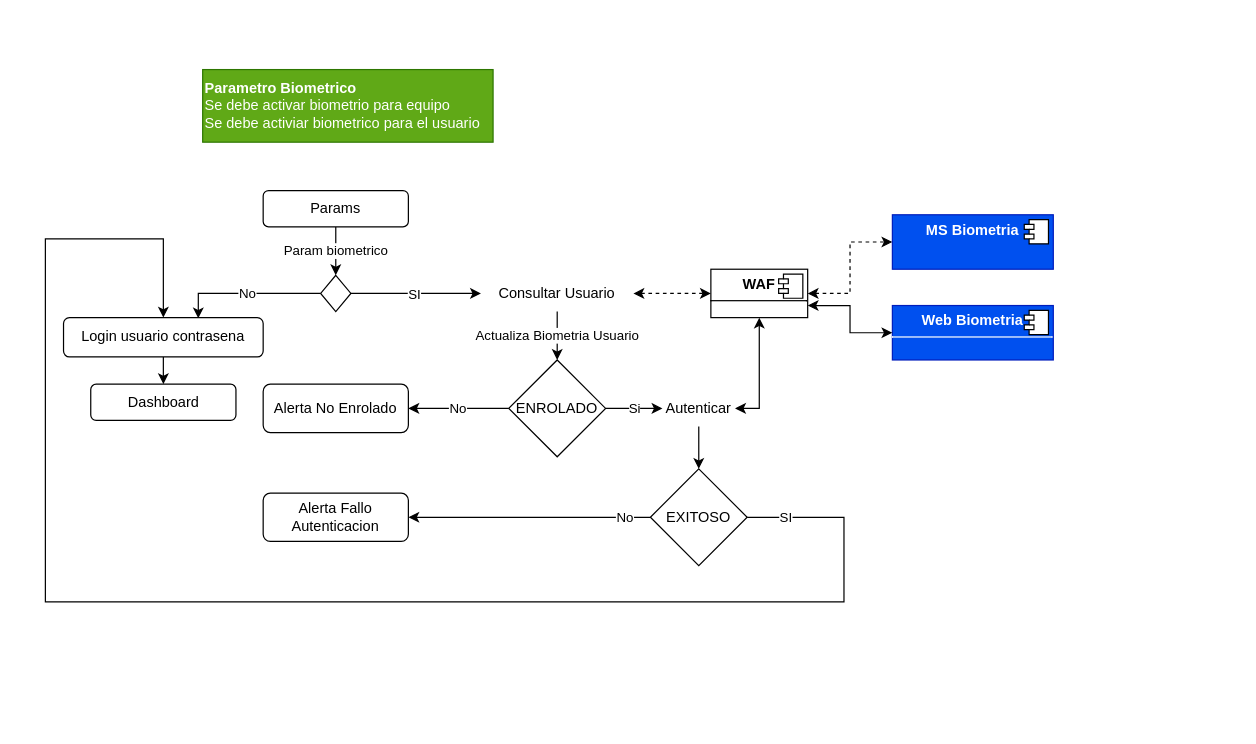
Earlier version of the draw.io diagram page "Login" (2 of 3) of Biometria.drawio (faberordonez1/diagramas). Source tidied: cells renumbered, new cells numbered last; positions are measured from the earlier drawing's top-left corner, leaving out a move shared by most shapes. Both pictures are drawn from the tidied source at 121%, with x=0, y=0 at pixel (45, 69).
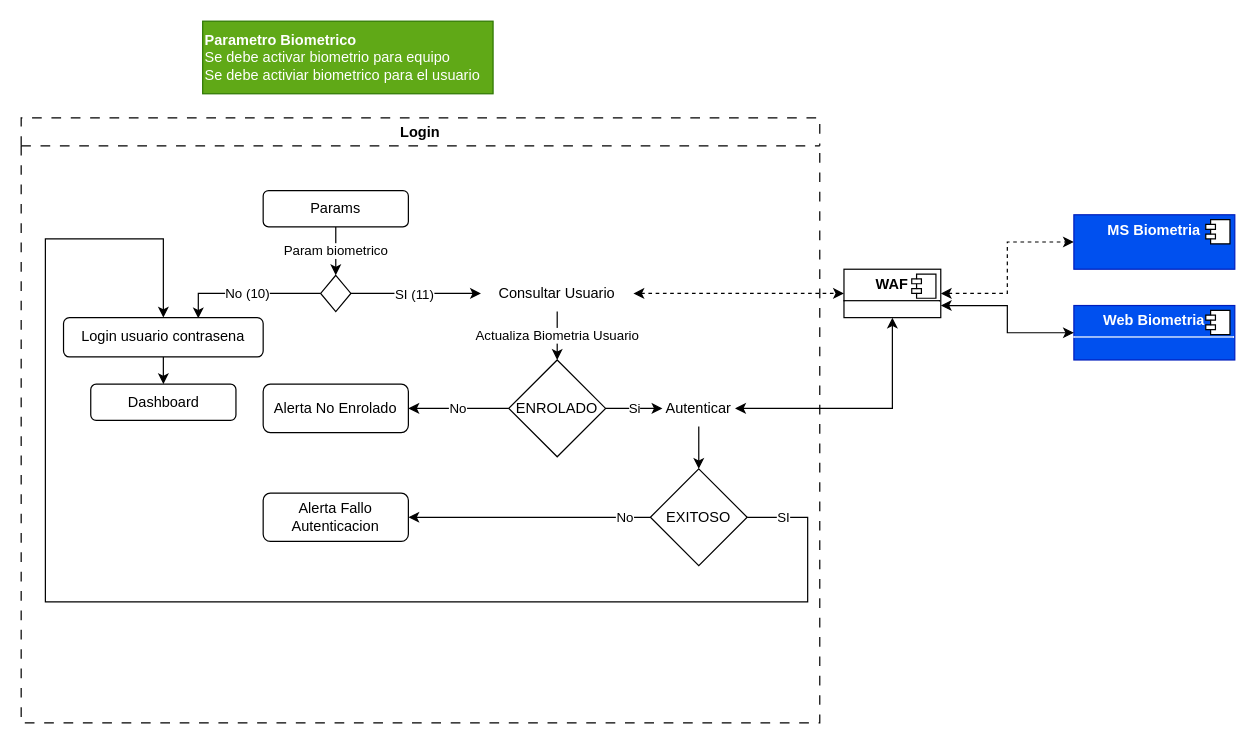
After the change.

The change refers to these unchanged cells:
```xml
<mxCell id="5" style="edgeStyle=orthogonalEdgeStyle;rounded=0;jettySize=auto;html=1;entryX=0;entryY=0.5;entryDx=0;entryDy=0;" parent="1" edge="1" source="7" target="17">
  <mxGeometry relative="1" as="geometry" />
</mxCell>
<mxCell id="7" style="rhombus;whiteSpace=wrap;html=1;" parent="1" vertex="1">
  <mxGeometry x="227.5" y="170" width="25" height="30" as="geometry" />
</mxCell>
<mxCell id="9" value="Login usuario contrasena" style="whiteSpace=wrap;html=1;rounded=1;" parent="1" vertex="1">
  <mxGeometry x="15" y="205" width="165" height="32.5" as="geometry" />
</mxCell>
<mxCell id="30" value="EXITOSO" style="rhombus;whiteSpace=wrap;html=1;" parent="1" vertex="1">
  <mxGeometry x="500" y="330" width="80" height="80" as="geometry" />
</mxCell>
```

The edit, as a diff of the source:
```diff
@@
-    <mxCell id="4" value="No" style="edgeStyle=orthogonalEdgeStyle;rounded=0;jettySize=auto;html=1;entryX=0.675;entryY=0.019;entryDx=0;entryDy=0;entryPerimeter=0;" parent="1" edge="1" source="7" target="9">
+    <mxCell id="4" value="No (10)" style="edgeStyle=orthogonalEdgeStyle;rounded=0;jettySize=auto;html=1;entryX=0.675;entryY=0.019;entryDx=0;entryDy=0;entryPerimeter=0;" parent="1" edge="1" source="7" target="9">
       <mxGeometry relative="1" as="geometry" />
     </mxCell>
@@
-    <mxCell id="6" value="SI" style="edgeLabel;html=1;align=center;verticalAlign=middle;" parent="5" vertex="1">
+    <mxCell id="6" value="SI (11)" style="edgeLabel;html=1;align=center;verticalAlign=middle;" parent="5" vertex="1">
       <mxGeometry x="0.38" y="-1" relative="1" as="geometry">
         <mxPoint x="-22" y="-1" as="offset" />
       </mxGeometry>
     </mxCell>
@@
     <mxCell id="10" value="&lt;p style=&quot;margin:0px;margin-top:6px;text-align:center;&quot;&gt;&lt;b&gt;Web Biometria&lt;/b&gt;&lt;/p&gt;&lt;hr size=&quot;1&quot; style=&quot;border-style:solid;&quot;&gt;&lt;p style=&quot;margin:0px;margin-left:8px;&quot;&gt;&lt;br&gt;&lt;/p&gt;" style="align=left;overflow=fill;html=1;whiteSpace=wrap;fillColor=#0050ef;fontColor=#ffffff;strokeColor=#001DBC;" parent="1" vertex="1">
-      <mxGeometry x="700" y="195" width="133" height="45" as="geometry" />
+      <mxGeometry x="850" y="195" width="133" height="45" as="geometry" />
     </mxCell>
@@
     <mxCell id="14" value="&lt;p style=&quot;margin:0px;margin-top:6px;text-align:center;&quot;&gt;&lt;b&gt;WAF&lt;/b&gt;&lt;/p&gt;&lt;hr size=&quot;1&quot; style=&quot;border-style:solid;&quot;&gt;&lt;p style=&quot;margin:0px;margin-left:8px;&quot;&gt;&lt;br&gt;&lt;/p&gt;" style="align=left;overflow=fill;html=1;whiteSpace=wrap;" parent="1" vertex="1">
-      <mxGeometry x="550" y="165" width="80" height="40" as="geometry" />
+      <mxGeometry x="660" y="165" width="80" height="40" as="geometry" />
     </mxCell>
@@
     <mxCell id="18" value="&lt;p style=&quot;margin:0px;margin-top:6px;text-align:center;&quot;&gt;&lt;b&gt;MS Biometria&lt;/b&gt;&lt;/p&gt;" style="align=left;overflow=fill;html=1;whiteSpace=wrap;fillColor=#0050ef;fontColor=#ffffff;strokeColor=#001DBC;" parent="1" vertex="1">
-      <mxGeometry x="700" y="120" width="133" height="45" as="geometry" />
+      <mxGeometry x="850" y="120" width="133" height="45" as="geometry" />
     </mxCell>
@@
     <mxCell id="28" value="SI" style="edgeStyle=orthogonalEdgeStyle;rounded=0;jettySize=auto;html=1;exitX=1;exitY=0.5;exitDx=0;exitDy=0;entryX=0.5;entryY=0;entryDx=0;entryDy=0;" parent="1" edge="1" source="30" target="9">
       <mxGeometry x="-0.95" relative="1" as="geometry">
         <Array as="points">
-          <mxPoint x="660" y="370" />
-          <mxPoint x="660" y="440" />
+          <mxPoint x="630" y="370" />
+          <mxPoint x="630" y="440" />
           <mxPoint y="440" />
           <mxPoint y="140" />
           <mxPoint x="98" y="140" />
         </Array>
       </mxGeometry>
     </mxCell>
@@
     <mxCell id="33" value="&lt;b&gt;&lt;font style=&quot;font-size: 12px;&quot;&gt;Parametro Biometrico&lt;/font&gt;&lt;/b&gt;&lt;div&gt;&lt;font style=&quot;font-size: 12px;&quot;&gt;Se debe activar biometrio para equipo&lt;br&gt;Se debe activiar biometrico para el usuario&lt;/font&gt;&lt;/div&gt;" style="text;html=1;whiteSpace=wrap;strokeColor=#2D7600;fillColor=#60a917;align=left;verticalAlign=middle;rounded=0;fontColor=#ffffff;" parent="1" vertex="1">
-      <mxGeometry x="130" width="240" height="60" as="geometry" />
+      <mxGeometry x="130" y="-40" width="240" height="60" as="geometry" />
     </mxCell>
+    <mxCell id="34" value="Login" style="swimlane;whiteSpace=wrap;html=1;dashed=1;dashPattern=8 8;" parent="1" vertex="1">
+      <mxGeometry x="-20" y="40" width="660" height="500" as="geometry" />
+    </mxCell>
```
